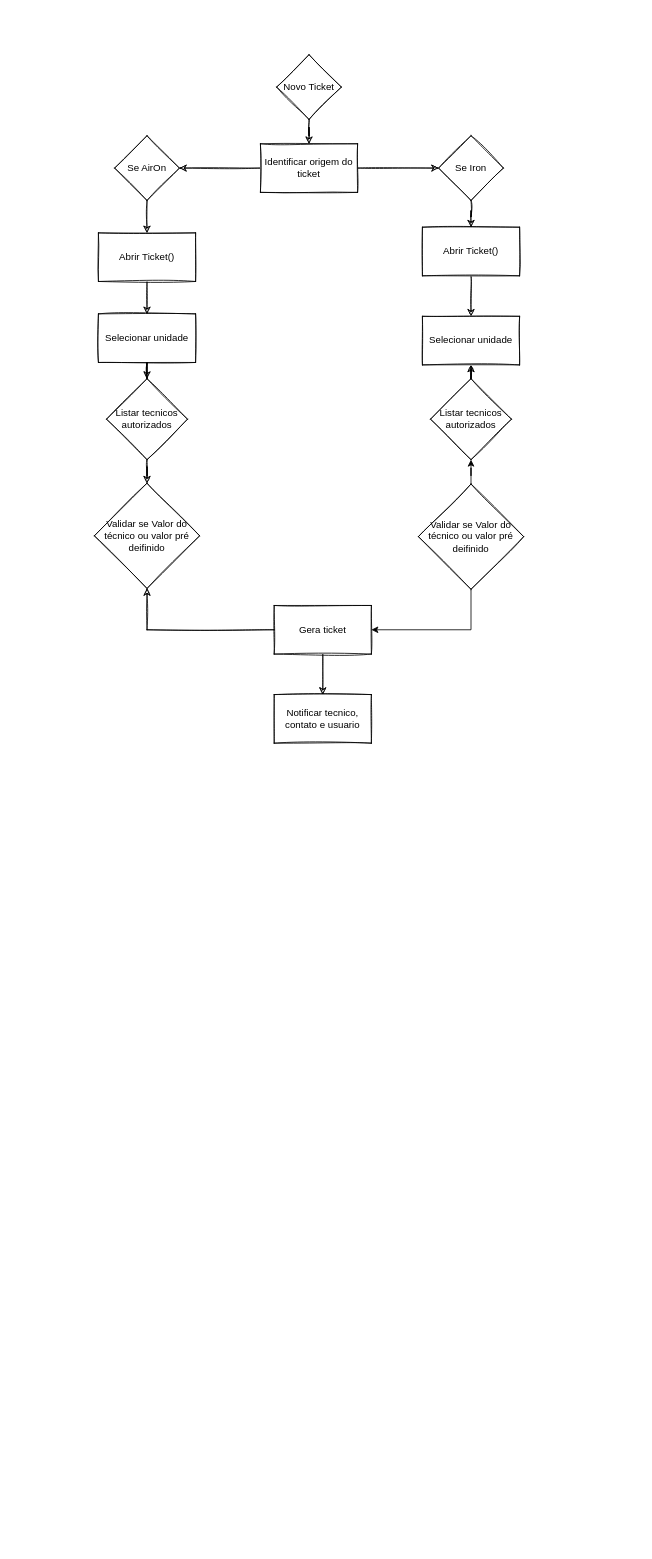
Above: page "Processo" (2 of 4) of Controlador.drawio in rodcordeiro/ticketsController (draw.io), before the change. Source tidied: cells renumbered, new cells numbered last; positions are measured from the earlier drawing's top-left corner, leaving out a move shared by most shapes. Both pictures are drawn from the tidied source at 81%, with x=0, y=0 at pixel (94, 54).
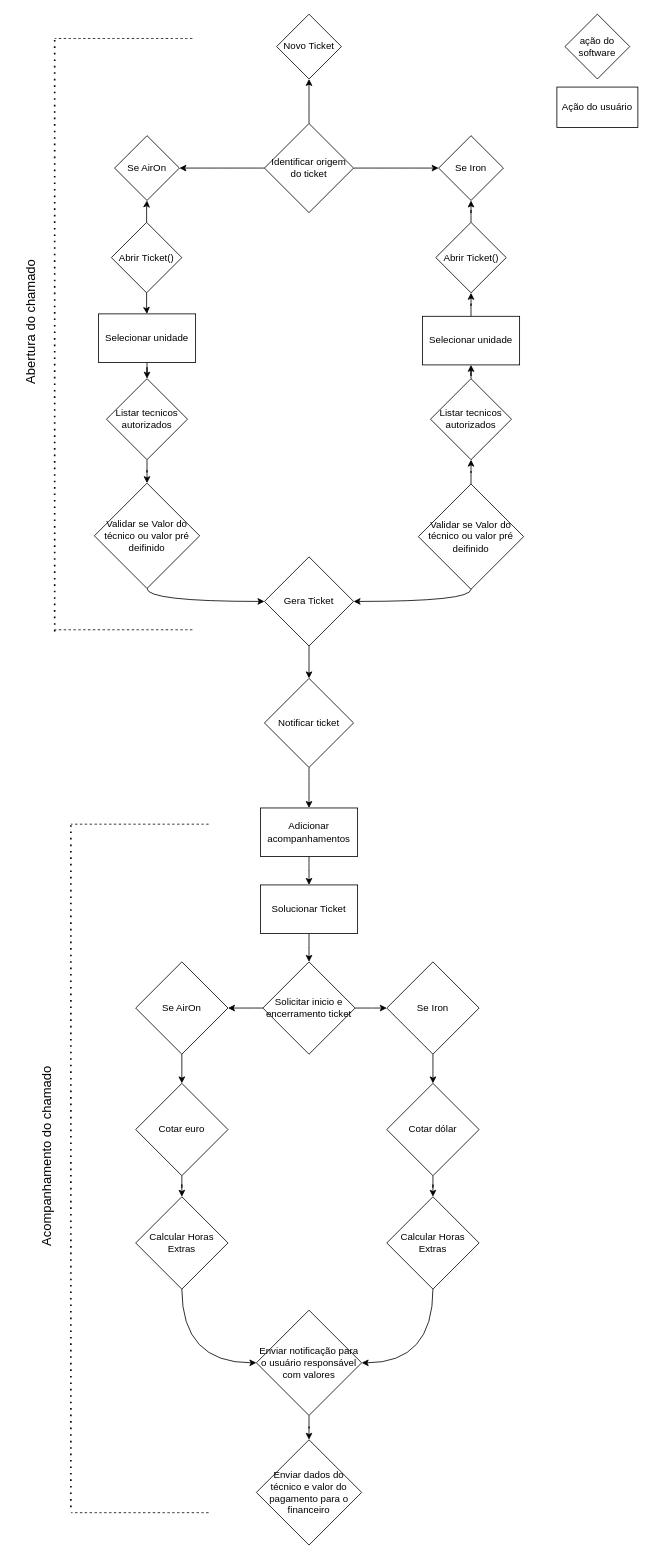
The same page after the edit.

Diff of the diagram source:
```diff
@@
-    <mxCell id="2" style="edgeStyle=orthogonalEdgeStyle;rounded=0;jettySize=auto;html=1;sketch=1;" parent="1" edge="1" source="3" target="6">
-      <mxGeometry relative="1" as="geometry" />
-    </mxCell>
-    <mxCell id="3" value="Novo Ticket" style="rhombus;whiteSpace=wrap;html=1;sketch=1;" parent="1" vertex="1">
-      <mxGeometry x="225" width="80" height="80" as="geometry" />
+    <mxCell id="3" value="Novo Ticket" style="rhombus;whiteSpace=wrap;html=1;" parent="1" vertex="1">
+      <mxGeometry x="225" y="-50" width="80" height="80" as="geometry" />
     </mxCell>
-    <mxCell id="4" style="edgeStyle=orthogonalEdgeStyle;rounded=0;jettySize=auto;html=1;sketch=1;" parent="1" edge="1" source="6" target="8">
-      <mxGeometry relative="1" as="geometry" />
-    </mxCell>
-    <mxCell id="5" style="edgeStyle=orthogonalEdgeStyle;rounded=0;jettySize=auto;html=1;sketch=1;" parent="1" edge="1" source="6" target="10">
-      <mxGeometry relative="1" as="geometry" />
-    </mxCell>
-    <mxCell id="6" value="Identificar origem do ticket" style="whiteSpace=wrap;html=1;sketch=1;" parent="1" vertex="1">
-      <mxGeometry x="205" y="110" width="120" height="60" as="geometry" />
-    </mxCell>
-    <mxCell id="7" style="edgeStyle=orthogonalEdgeStyle;rounded=0;jettySize=auto;html=1;sketch=1;" parent="1" edge="1" source="8" target="12">
-      <mxGeometry relative="1" as="geometry" />
-    </mxCell>
-    <mxCell id="8" value="Se AirOn" style="rhombus;whiteSpace=wrap;html=1;sketch=1;" parent="1" vertex="1">
+    <mxCell id="8" value="Se AirOn" style="rhombus;whiteSpace=wrap;html=1;" parent="1" vertex="1">
       <mxGeometry x="25" y="100" width="80" height="80" as="geometry" />
     </mxCell>
-    <mxCell id="9" style="edgeStyle=orthogonalEdgeStyle;rounded=0;jettySize=auto;html=1;sketch=1;" parent="1" edge="1" source="10" target="14">
-      <mxGeometry relative="1" as="geometry" />
-    </mxCell>
-    <mxCell id="10" value="Se Iron" style="rhombus;whiteSpace=wrap;html=1;sketch=1;" parent="1" vertex="1">
+    <mxCell id="10" value="Se Iron" style="rhombus;whiteSpace=wrap;html=1;" parent="1" vertex="1">
       <mxGeometry x="425" y="100" width="80" height="80" as="geometry" />
     </mxCell>
-    <mxCell id="11" style="edgeStyle=orthogonalEdgeStyle;rounded=0;jettySize=auto;html=1;sketch=1;entryX=0.5;entryY=0;entryDx=0;entryDy=0;" parent="1" edge="1" source="12" target="18">
-      <mxGeometry relative="1" as="geometry" />
-    </mxCell>
-    <mxCell id="12" value="Abrir Ticket()" style="whiteSpace=wrap;html=1;sketch=1;" parent="1" vertex="1">
-      <mxGeometry x="5" y="220" width="120" height="60" as="geometry" />
-    </mxCell>
-    <mxCell id="13" style="edgeStyle=orthogonalEdgeStyle;rounded=0;sketch=1;jettySize=auto;html=1;" parent="1" edge="1" source="14" target="26">
-      <mxGeometry relative="1" as="geometry" />
-    </mxCell>
-    <mxCell id="14" value="Abrir Ticket()" style="whiteSpace=wrap;html=1;sketch=1;" parent="1" vertex="1">
-      <mxGeometry x="405" y="213" width="120" height="60" as="geometry" />
-    </mxCell>
-    <mxCell id="15" style="edgeStyle=orthogonalEdgeStyle;rounded=0;jettySize=auto;html=1;sketch=1;exitX=0.5;exitY=1;exitDx=0;exitDy=0;" parent="1" edge="1" source="18" target="17">
+    <mxCell id="15" style="edgeStyle=orthogonalEdgeStyle;rounded=0;jettySize=auto;html=1;exitX=0.5;exitY=1;exitDx=0;exitDy=0;curved=1;" parent="1" edge="1" source="18" target="17">
       <mxGeometry relative="1" as="geometry" />
     </mxCell>
-    <mxCell id="16" style="edgeStyle=orthogonalEdgeStyle;rounded=0;sketch=1;jettySize=auto;html=1;" parent="1" edge="1" source="17" target="19">
+    <mxCell id="16" style="edgeStyle=orthogonalEdgeStyle;rounded=0;jettySize=auto;html=1;curved=1;" parent="1" edge="1" source="17" target="19">
       <mxGeometry relative="1" as="geometry" />
     </mxCell>
-    <mxCell id="17" value="Listar tecnicos autorizados" style="rhombus;whiteSpace=wrap;html=1;sketch=1;" parent="1" vertex="1">
+    <mxCell id="17" value="Listar tecnicos autorizados" style="rhombus;whiteSpace=wrap;html=1;" parent="1" vertex="1">
       <mxGeometry x="15" y="400" width="100" height="100" as="geometry" />
     </mxCell>
-    <mxCell id="18" value="Selecionar unidade" style="rounded=0;whiteSpace=wrap;html=1;sketch=1;" parent="1" vertex="1">
+    <mxCell id="18" value="Selecionar unidade" style="rounded=0;whiteSpace=wrap;html=1;" parent="1" vertex="1">
       <mxGeometry x="5" y="320" width="120" height="60" as="geometry" />
     </mxCell>
+    <mxCell id="30" style="edgeStyle=orthogonalEdgeStyle;rounded=0;jettySize=auto;html=1;entryX=0;entryY=0.5;entryDx=0;entryDy=0;curved=1;" parent="1" edge="1" source="19" target="40">
+      <mxGeometry relative="1" as="geometry">
+        <Array as="points">
+          <mxPoint x="65" y="675" />
+        </Array>
+      </mxGeometry>
+    </mxCell>
-    <mxCell id="19" value="Validar se Valor do técnico ou valor pré deifinido" style="rhombus;whiteSpace=wrap;html=1;sketch=1;" parent="1" vertex="1">
+    <mxCell id="19" value="Validar se Valor do técnico ou valor pré deifinido" style="rhombus;whiteSpace=wrap;html=1;" parent="1" vertex="1">
       <mxGeometry y="529" width="130" height="130" as="geometry" />
     </mxCell>
-    <mxCell id="20" style="edgeStyle=orthogonalEdgeStyle;rounded=0;sketch=1;jettySize=auto;html=1;" parent="1" edge="1" source="22" target="19">
-      <mxGeometry relative="1" as="geometry" />
-    </mxCell>
-    <mxCell id="21" style="edgeStyle=orthogonalEdgeStyle;rounded=0;sketch=1;jettySize=auto;html=1;" parent="1" edge="1" source="22" target="23">
-      <mxGeometry relative="1" as="geometry" />
-    </mxCell>
-    <mxCell id="22" value="Gera ticket" style="rounded=0;whiteSpace=wrap;html=1;sketch=1;" parent="1" vertex="1">
-      <mxGeometry x="222" y="680" width="120" height="60" as="geometry" />
-    </mxCell>
-    <mxCell id="23" value="Notificar tecnico, contato e usuario" style="rounded=0;whiteSpace=wrap;html=1;sketch=1;" parent="1" vertex="1">
-      <mxGeometry x="222" y="790" width="120" height="60" as="geometry" />
-    </mxCell>
-    <mxCell id="24" style="edgeStyle=orthogonalEdgeStyle;rounded=0;sketch=1;jettySize=auto;html=1;" parent="1" edge="1" source="25" target="26">
+    <mxCell id="24" style="edgeStyle=orthogonalEdgeStyle;rounded=0;jettySize=auto;html=1;curved=1;" parent="1" edge="1" source="25" target="26">
       <mxGeometry relative="1" as="geometry" />
     </mxCell>
-    <mxCell id="25" value="Listar tecnicos autorizados" style="rhombus;whiteSpace=wrap;html=1;sketch=1;" parent="1" vertex="1">
+    <mxCell id="25" value="Listar tecnicos autorizados" style="rhombus;whiteSpace=wrap;html=1;" parent="1" vertex="1">
       <mxGeometry x="415" y="400" width="100" height="100" as="geometry" />
     </mxCell>
+    <mxCell id="31" style="edgeStyle=orthogonalEdgeStyle;rounded=0;jettySize=auto;html=1;curved=1;" parent="1" edge="1" source="26" target="38">
+      <mxGeometry relative="1" as="geometry" />
+    </mxCell>
-    <mxCell id="26" value="Selecionar unidade" style="rounded=0;whiteSpace=wrap;html=1;sketch=1;" parent="1" vertex="1">
+    <mxCell id="26" value="Selecionar unidade" style="rounded=0;whiteSpace=wrap;html=1;" parent="1" vertex="1">
       <mxGeometry x="405" y="323" width="120" height="60" as="geometry" />
     </mxCell>
-    <mxCell id="27" style="edgeStyle=orthogonalEdgeStyle;rounded=0;jettySize=auto;html=1;" parent="1" edge="1" source="29" target="25">
+    <mxCell id="27" style="edgeStyle=orthogonalEdgeStyle;rounded=0;jettySize=auto;html=1;curved=1;" parent="1" edge="1" source="29" target="25">
       <mxGeometry relative="1" as="geometry" />
     </mxCell>
-    <mxCell id="28" style="edgeStyle=orthogonalEdgeStyle;rounded=0;jettySize=auto;html=1;entryX=1;entryY=0.5;entryDx=0;entryDy=0;" parent="1" edge="1" source="29" target="22">
-      <mxGeometry relative="1" as="geometry">
-        <Array as="points">
-          <mxPoint x="465" y="710" />
-        </Array>
-      </mxGeometry>
-    </mxCell>
+    <mxCell id="32" style="edgeStyle=orthogonalEdgeStyle;rounded=0;jettySize=auto;html=1;entryX=1;entryY=0.5;entryDx=0;entryDy=0;curved=1;" parent="1" edge="1" source="29" target="40">
+      <mxGeometry relative="1" as="geometry">
+        <Array as="points">
+          <mxPoint x="465" y="675" />
+        </Array>
+      </mxGeometry>
+    </mxCell>
-    <mxCell id="29" value="Validar se Valor do técnico ou valor pré deifinido" style="rhombus;whiteSpace=wrap;html=1;sketch=1;" parent="1" vertex="1">
+    <mxCell id="29" value="Validar se Valor do técnico ou valor pré deifinido" style="rhombus;whiteSpace=wrap;html=1;" parent="1" vertex="1">
       <mxGeometry x="400" y="530" width="130" height="130" as="geometry" />
     </mxCell>
+    <mxCell id="33" style="edgeStyle=orthogonalEdgeStyle;rounded=0;jettySize=auto;html=1;curved=1;" parent="1" edge="1" source="35" target="8">
+      <mxGeometry relative="1" as="geometry" />
+    </mxCell>
+    <mxCell id="34" style="edgeStyle=orthogonalEdgeStyle;rounded=0;jettySize=auto;html=1;curved=1;" parent="1" edge="1" source="35" target="18">
+      <mxGeometry relative="1" as="geometry" />
+    </mxCell>
+    <mxCell id="35" value="Abrir Ticket()" style="rhombus;whiteSpace=wrap;html=1;" parent="1" vertex="1">
+      <mxGeometry x="21" y="207" width="87" height="87" as="geometry" />
+    </mxCell>
+    <mxCell id="5" style="edgeStyle=orthogonalEdgeStyle;rounded=0;jettySize=auto;html=1;curved=1;" parent="1" edge="1" source="6" target="10">
+      <mxGeometry relative="1" as="geometry" />
+    </mxCell>
+    <mxCell id="4" style="edgeStyle=orthogonalEdgeStyle;rounded=0;jettySize=auto;html=1;curved=1;" parent="1" edge="1" source="6" target="8">
+      <mxGeometry relative="1" as="geometry" />
+    </mxCell>
+    <mxCell id="36" style="edgeStyle=orthogonalEdgeStyle;rounded=0;jettySize=auto;html=1;curved=1;" parent="1" edge="1" source="6" target="3">
+      <mxGeometry relative="1" as="geometry" />
+    </mxCell>
+    <mxCell id="6" value="Identificar origem do ticket" style="rhombus;whiteSpace=wrap;html=1;" parent="1" vertex="1">
+      <mxGeometry x="210" y="85" width="110" height="110" as="geometry" />
+    </mxCell>
+    <mxCell id="37" style="edgeStyle=orthogonalEdgeStyle;rounded=0;jettySize=auto;html=1;curved=1;" parent="1" edge="1" source="38" target="10">
+      <mxGeometry relative="1" as="geometry" />
+    </mxCell>
+    <mxCell id="38" value="Abrir Ticket()" style="rhombus;whiteSpace=wrap;html=1;" parent="1" vertex="1">
+      <mxGeometry x="421.5" y="207" width="87" height="87" as="geometry" />
+    </mxCell>
+    <mxCell id="39" style="edgeStyle=orthogonalEdgeStyle;rounded=0;jettySize=auto;html=1;curved=1;" parent="1" edge="1" source="40" target="42">
+      <mxGeometry relative="1" as="geometry" />
+    </mxCell>
+    <mxCell id="40" value="Gera Ticket" style="rhombus;whiteSpace=wrap;html=1;" parent="1" vertex="1">
+      <mxGeometry x="210" y="620" width="110" height="110" as="geometry" />
+    </mxCell>
+    <mxCell id="41" style="edgeStyle=orthogonalEdgeStyle;rounded=0;jettySize=auto;html=1;curved=1;" parent="1" edge="1" source="42" target="44">
+      <mxGeometry relative="1" as="geometry" />
+    </mxCell>
+    <mxCell id="42" value="Notificar ticket" style="rhombus;whiteSpace=wrap;html=1;" parent="1" vertex="1">
+      <mxGeometry x="210" y="770" width="110" height="110" as="geometry" />
+    </mxCell>
+    <mxCell id="43" style="edgeStyle=orthogonalEdgeStyle;rounded=0;jettySize=auto;html=1;curved=1;" parent="1" edge="1" source="44" target="46">
+      <mxGeometry relative="1" as="geometry" />
+    </mxCell>
+    <mxCell id="44" value="Adicionar acompanhamentos" style="whiteSpace=wrap;html=1;" parent="1" vertex="1">
+      <mxGeometry x="205" y="930" width="120" height="60" as="geometry" />
+    </mxCell>
+    <mxCell id="45" style="edgeStyle=orthogonalEdgeStyle;rounded=0;jettySize=auto;html=1;curved=1;" parent="1" edge="1" source="46" target="49">
+      <mxGeometry relative="1" as="geometry" />
+    </mxCell>
+    <mxCell id="46" value="Solucionar Ticket" style="whiteSpace=wrap;html=1;" parent="1" vertex="1">
+      <mxGeometry x="205" y="1025" width="120" height="60" as="geometry" />
+    </mxCell>
+    <mxCell id="47" style="edgeStyle=orthogonalEdgeStyle;rounded=0;jettySize=auto;html=1;fontSize=12;curved=1;" parent="1" edge="1" source="49" target="51">
+      <mxGeometry relative="1" as="geometry" />
+    </mxCell>
+    <mxCell id="48" style="edgeStyle=orthogonalEdgeStyle;rounded=0;jettySize=auto;html=1;fontSize=12;curved=1;" parent="1" edge="1" source="49" target="53">
+      <mxGeometry relative="1" as="geometry" />
+    </mxCell>
+    <mxCell id="49" value="Solicitar inicio e encerramento ticket&lt;br style=&quot;font-size: 12px;&quot;&gt;" style="rhombus;whiteSpace=wrap;html=1;fontSize=12;" parent="1" vertex="1">
+      <mxGeometry x="208" y="1120" width="114" height="114" as="geometry" />
+    </mxCell>
+    <mxCell id="50" style="edgeStyle=orthogonalEdgeStyle;rounded=0;jettySize=auto;html=1;fontSize=12;curved=1;" parent="1" edge="1" source="51" target="55">
+      <mxGeometry relative="1" as="geometry" />
+    </mxCell>
+    <mxCell id="51" value="Se AirOn" style="rhombus;whiteSpace=wrap;html=1;fontSize=12;" parent="1" vertex="1">
+      <mxGeometry x="51" y="1120" width="114" height="114" as="geometry" />
+    </mxCell>
+    <mxCell id="52" style="edgeStyle=orthogonalEdgeStyle;rounded=0;jettySize=auto;html=1;fontSize=12;curved=1;" parent="1" edge="1" source="53" target="60">
+      <mxGeometry relative="1" as="geometry" />
+    </mxCell>
+    <mxCell id="53" value="Se Iron" style="rhombus;whiteSpace=wrap;html=1;fontSize=12;" parent="1" vertex="1">
+      <mxGeometry x="361" y="1120" width="114" height="114" as="geometry" />
+    </mxCell>
+    <mxCell id="54" style="edgeStyle=orthogonalEdgeStyle;rounded=0;jettySize=auto;html=1;fontSize=12;curved=1;" parent="1" edge="1" source="55" target="57">
+      <mxGeometry relative="1" as="geometry" />
+    </mxCell>
+    <mxCell id="55" value="Cotar euro" style="rhombus;whiteSpace=wrap;html=1;fontSize=12;" parent="1" vertex="1">
+      <mxGeometry x="51" y="1270" width="114" height="114" as="geometry" />
+    </mxCell>
+    <mxCell id="56" style="edgeStyle=orthogonalEdgeStyle;rounded=0;jettySize=auto;html=1;exitX=0.5;exitY=1;exitDx=0;exitDy=0;fontSize=12;entryX=0;entryY=0.5;entryDx=0;entryDy=0;curved=1;" parent="1" edge="1" source="57" target="64">
+      <mxGeometry relative="1" as="geometry" />
+    </mxCell>
+    <mxCell id="57" value="Calcular Horas Extras" style="rhombus;whiteSpace=wrap;html=1;fontSize=12;" parent="1" vertex="1">
+      <mxGeometry x="51" y="1410" width="114" height="114" as="geometry" />
+    </mxCell>
+    <mxCell id="58" style="edgeStyle=orthogonalEdgeStyle;rounded=0;orthogonalLoop=1;jettySize=auto;html=1;fontSize=12;curved=1;" parent="1" edge="1">
+      <mxGeometry relative="1" as="geometry">
+        <mxPoint x="108" y="1680" as="sourcePoint" />
+      </mxGeometry>
+    </mxCell>
+    <mxCell id="59" style="edgeStyle=orthogonalEdgeStyle;rounded=0;jettySize=auto;html=1;fontSize=12;curved=1;" parent="1" edge="1" source="60" target="62">
+      <mxGeometry relative="1" as="geometry" />
+    </mxCell>
+    <mxCell id="60" value="Cotar dólar" style="rhombus;whiteSpace=wrap;html=1;fontSize=12;" parent="1" vertex="1">
+      <mxGeometry x="361" y="1270" width="114" height="114" as="geometry" />
+    </mxCell>
+    <mxCell id="61" style="edgeStyle=orthogonalEdgeStyle;rounded=0;jettySize=auto;html=1;entryX=1;entryY=0.5;entryDx=0;entryDy=0;fontSize=12;curved=1;" parent="1" edge="1" source="62" target="64">
+      <mxGeometry relative="1" as="geometry">
+        <Array as="points">
+          <mxPoint x="418" y="1615" />
+        </Array>
+      </mxGeometry>
+    </mxCell>
+    <mxCell id="62" value="Calcular Horas Extras" style="rhombus;whiteSpace=wrap;html=1;fontSize=12;" parent="1" vertex="1">
+      <mxGeometry x="361" y="1410" width="114" height="114" as="geometry" />
+    </mxCell>
+    <mxCell id="63" style="edgeStyle=orthogonalEdgeStyle;rounded=0;jettySize=auto;html=1;fontSize=12;curved=1;" parent="1" edge="1" source="64" target="65">
+      <mxGeometry relative="1" as="geometry" />
+    </mxCell>
+    <mxCell id="64" value="Enviar notificação para o usuário responsável com valores" style="rhombus;whiteSpace=wrap;html=1;fontSize=12;" parent="1" vertex="1">
+      <mxGeometry x="200" y="1550" width="130" height="130" as="geometry" />
+    </mxCell>
+    <mxCell id="65" value="&lt;div&gt;&lt;span&gt;&lt;font style=&quot;font-size: 12px&quot;&gt;Enviar dados do técnico e valor do pagamento para o financeiro&lt;/font&gt;&lt;/span&gt;&lt;/div&gt;" style="rhombus;whiteSpace=wrap;html=1;fontSize=12;align=center;" parent="1" vertex="1">
+      <mxGeometry x="200" y="1710" width="130" height="130" as="geometry" />
+    </mxCell>
+    <mxCell id="66" value="ação do software" style="rhombus;whiteSpace=wrap;html=1;fontSize=12;" parent="1" vertex="1">
+      <mxGeometry x="581" y="-50" width="80" height="80" as="geometry" />
+    </mxCell>
+    <mxCell id="67" value="Ação do usuário" style="rounded=0;whiteSpace=wrap;html=1;fontSize=12;" parent="1" vertex="1">
+      <mxGeometry x="571" y="40" width="100" height="50" as="geometry" />
+    </mxCell>
+    <mxCell id="68" style="group;" parent="1" vertex="1">
+      <mxGeometry x="-99" y="180" width="50" height="230" as="geometry" />
+    </mxCell>
+    <mxCell id="69" style="endArrow=none;dashed=1;html=1;dashPattern=1 3;strokeWidth=2;fontSize=12;curved=1;" parent="68" edge="1">
+      <mxGeometry relative="1" as="geometry">
+        <mxPoint x="50" y="532" as="sourcePoint" />
+        <mxPoint x="50" y="-200" as="targetPoint" />
+        <Array as="points">
+          <mxPoint x="50" />
+        </Array>
+      </mxGeometry>
+    </mxCell>
+    <mxCell id="70" value="Abertura do chamado" style="text;html=1;strokeColor=none;fillColor=none;align=center;verticalAlign=middle;whiteSpace=wrap;rounded=0;fontSize=16;direction=west;horizontal=0;" parent="68" vertex="1">
+      <mxGeometry y="70" width="40" height="160" as="geometry" />
+    </mxCell>
+    <mxCell id="71" style="group;" parent="1" vertex="1">
+      <mxGeometry x="-79" y="1150" width="50" height="350" as="geometry" />
+    </mxCell>
+    <mxCell id="72" style="endArrow=none;dashed=1;html=1;dashPattern=1 3;strokeWidth=2;fontSize=12;curved=1;" parent="71" edge="1">
+      <mxGeometry relative="1" as="geometry">
+        <mxPoint x="50" y="643.3" as="sourcePoint" />
+        <mxPoint x="50" y="-200" as="targetPoint" />
+        <Array as="points">
+          <mxPoint x="50" />
+        </Array>
+      </mxGeometry>
+    </mxCell>
+    <mxCell id="73" value="Acompanhamento do chamado" style="text;html=1;strokeColor=none;fillColor=none;align=center;verticalAlign=middle;whiteSpace=wrap;rounded=0;fontSize=16;direction=west;horizontal=0;" parent="71" vertex="1">
+      <mxGeometry y="70" width="40" height="280" as="geometry" />
+    </mxCell>
+    <mxCell id="74" style="endArrow=none;dashed=1;html=1;fontSize=16;curved=1;" parent="1" edge="1">
+      <mxGeometry relative="1" as="geometry">
+        <mxPoint x="141" y="950" as="sourcePoint" />
+        <mxPoint x="-29" y="950" as="targetPoint" />
+      </mxGeometry>
+    </mxCell>
+    <mxCell id="75" style="endArrow=none;dashed=1;html=1;fontSize=16;curved=1;" parent="1" edge="1">
+      <mxGeometry relative="1" as="geometry">
+        <mxPoint x="141" y="1800" as="sourcePoint" />
+        <mxPoint x="-29" y="1800" as="targetPoint" />
+      </mxGeometry>
+    </mxCell>
+    <mxCell id="76" style="endArrow=none;dashed=1;html=1;fontSize=16;curved=1;" parent="1" edge="1">
+      <mxGeometry relative="1" as="geometry">
+        <mxPoint x="121" y="710" as="sourcePoint" />
+        <mxPoint x="-49" y="710" as="targetPoint" />
+      </mxGeometry>
+    </mxCell>
+    <mxCell id="77" style="endArrow=none;dashed=1;html=1;fontSize=16;curved=1;" parent="1" edge="1">
+      <mxGeometry relative="1" as="geometry">
+        <mxPoint x="121" y="-20" as="sourcePoint" />
+        <mxPoint x="-49" y="-20" as="targetPoint" />
+      </mxGeometry>
+    </mxCell>
```
